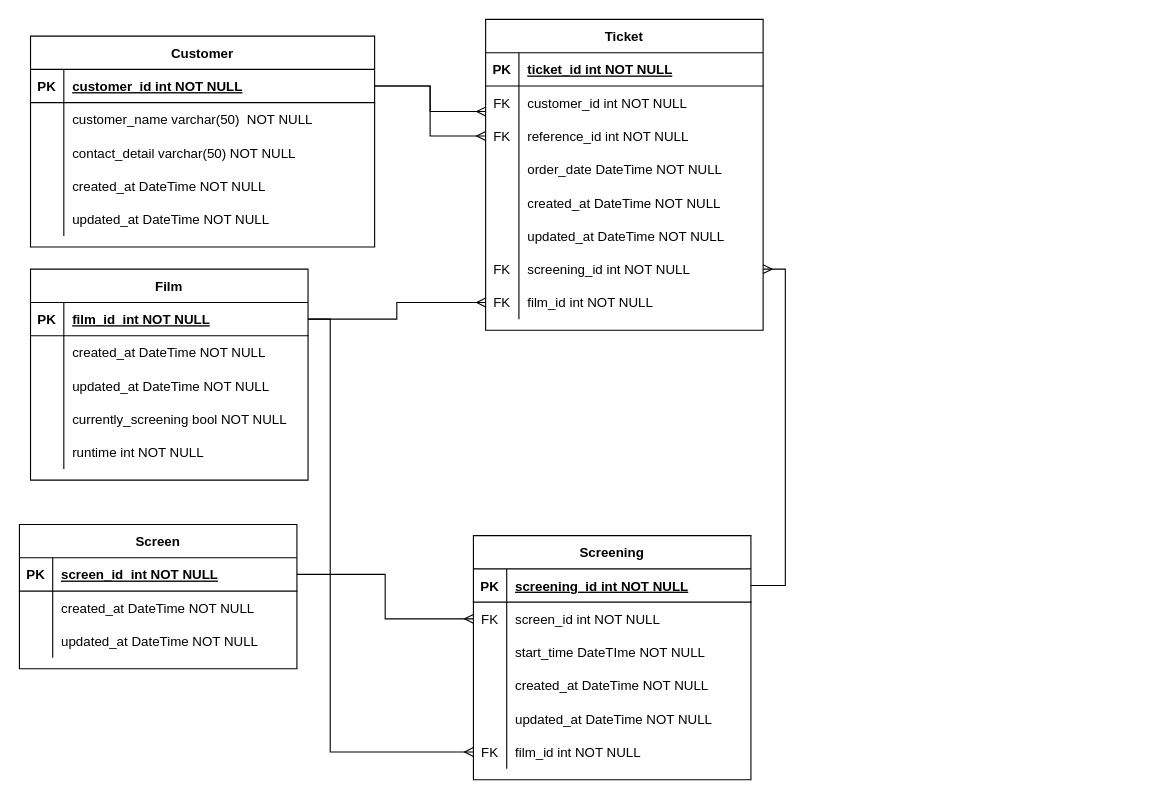
Above: CinemaChallenge.drawio in boolean-uk/database-design (draw.io), before the change. Source tidied: cells renumbered, new cells numbered last; positions are measured from the earlier drawing's top-left corner, leaving out a move shared by most shapes. Both pictures are drawn from the tidied source at 111%, with x=0, y=0 at pixel (19, 19).
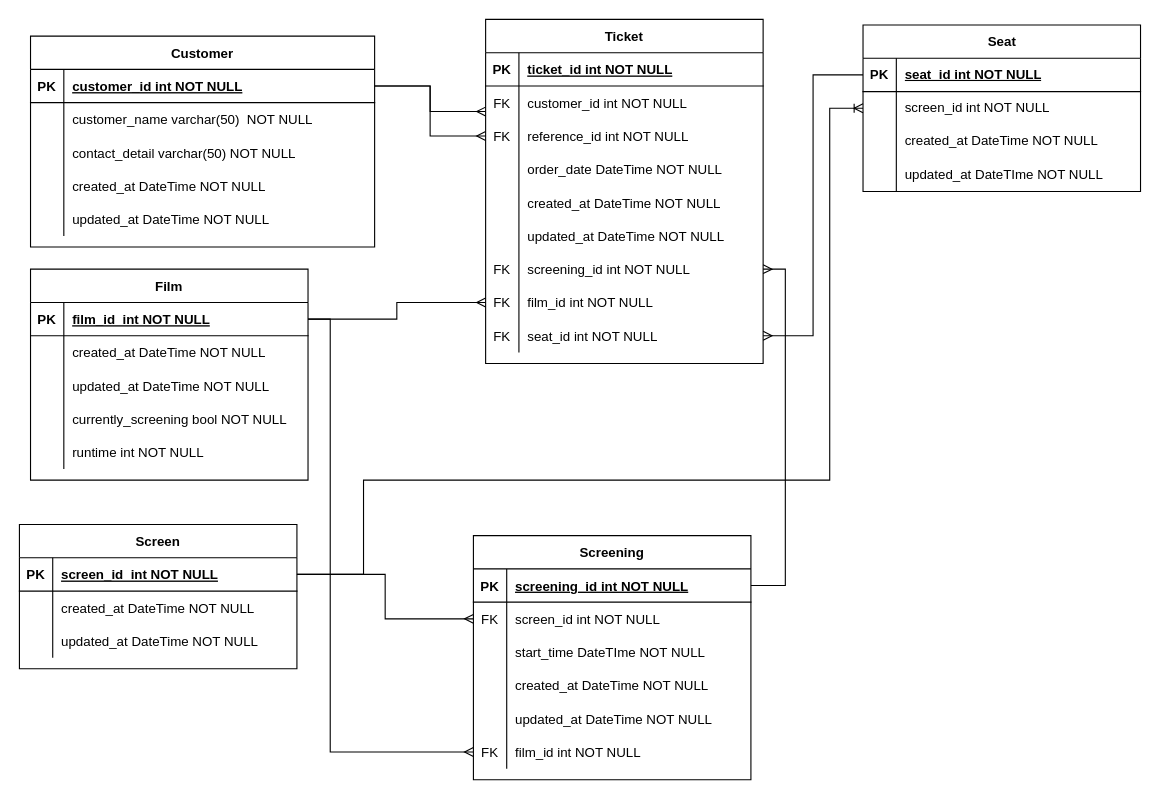
Above is the later version.

Commit message (it also covers changes not shown here):
remembered I needed 6 different entities

Unchanged cells that the change refers to:
```xml
<mxCell id="61" style="shape=partialRectangle;fillColor=none;points=[[0,0.5],[1,0.5]];portConstraint=eastwest;top=0;left=0;right=0;bottom=1;" parent="60" vertex="1">
  <mxGeometry y="30" width="250" height="30" as="geometry" />
</mxCell>
```

Change to the diagram source:
```diff
@@
     <mxCell id="2" value="Ticket" style="shape=table;startSize=30;childLayout=tableLayout;rowLines=0;fontStyle=1;align=center;" parent="1" vertex="1">
-      <mxGeometry x="420" width="250" height="280" as="geometry" />
+      <mxGeometry x="420" width="250" height="310" as="geometry" />
     </mxCell>
@@
+    <mxCell id="94" style="shape=partialRectangle;fillColor=none;points=[[0,0.5],[1,0.5]];portConstraint=eastwest;top=0;left=0;right=0;bottom=0;" parent="2" vertex="1">
+      <mxGeometry y="270" width="250" height="30" as="geometry" />
+    </mxCell>
+    <mxCell id="95" value="FK" style="shape=partialRectangle;overflow=hidden;fillColor=none;top=0;left=0;bottom=0;right=0;" parent="94" vertex="1">
+      <mxGeometry width="30" height="30" as="geometry" />
+    </mxCell>
+    <mxCell id="96" value="seat_id int NOT NULL" style="shape=partialRectangle;overflow=hidden;fillColor=none;top=0;left=0;bottom=0;right=0;align=left;spacingLeft=6;" parent="94" vertex="1">
+      <mxGeometry x="30" width="220" height="30" as="geometry" />
+    </mxCell>
@@
+    <mxCell id="97" value="Seat" style="shape=table;startSize=30;childLayout=tableLayout;rowLines=0;fontStyle=1;align=center;html=1;" parent="1" vertex="1">
+      <mxGeometry x="760" y="5" width="250" height="150" as="geometry" />
+    </mxCell>
+    <mxCell id="98" style="shape=tableRow;horizontal=0;startSize=0;swimlaneHead=0;swimlaneBody=0;fillColor=none;points=[[0,0.5],[1,0.5]];portConstraint=eastwest;top=0;left=0;right=0;bottom=1;" parent="97" vertex="1">
+      <mxGeometry y="30" width="250" height="30" as="geometry" />
+    </mxCell>
+    <mxCell id="99" value="PK" style="shape=partialRectangle;fillColor=none;top=0;left=0;bottom=0;right=0;fontStyle=1;overflow=hidden;whiteSpace=wrap;html=1;" parent="98" vertex="1">
+      <mxGeometry width="30" height="30" as="geometry" />
+    </mxCell>
+    <mxCell id="100" value="seat_id int NOT NULL" style="shape=partialRectangle;fillColor=none;top=0;left=0;bottom=0;right=0;align=left;spacingLeft=6;fontStyle=5;overflow=hidden;whiteSpace=wrap;html=1;" parent="98" vertex="1">
+      <mxGeometry x="30" width="220" height="30" as="geometry" />
+    </mxCell>
+    <mxCell id="101" style="shape=tableRow;horizontal=0;startSize=0;swimlaneHead=0;swimlaneBody=0;fillColor=none;points=[[0,0.5],[1,0.5]];portConstraint=eastwest;top=0;left=0;right=0;bottom=0;" parent="97" vertex="1">
+      <mxGeometry y="60" width="250" height="30" as="geometry" />
+    </mxCell>
+    <mxCell id="102" style="shape=partialRectangle;fillColor=none;top=0;left=0;bottom=0;right=0;overflow=hidden;whiteSpace=wrap;html=1;" parent="101" vertex="1">
+      <mxGeometry width="30" height="30" as="geometry" />
+    </mxCell>
+    <mxCell id="103" value="screen_id int NOT NULL" style="shape=partialRectangle;fillColor=none;top=0;left=0;bottom=0;right=0;align=left;spacingLeft=6;overflow=hidden;whiteSpace=wrap;html=1;" parent="101" vertex="1">
+      <mxGeometry x="30" width="220" height="30" as="geometry" />
+    </mxCell>
+    <mxCell id="104" style="shape=tableRow;horizontal=0;startSize=0;swimlaneHead=0;swimlaneBody=0;fillColor=none;top=0;left=0;right=0;bottom=0;" parent="97" vertex="1">
+      <mxGeometry y="90" width="250" height="30" as="geometry" />
+    </mxCell>
+    <mxCell id="105" style="shape=partialRectangle;fillColor=none;top=0;left=0;bottom=0;right=0;overflow=hidden;whiteSpace=wrap;html=1;" parent="104" vertex="1">
+      <mxGeometry width="30" height="30" as="geometry" />
+    </mxCell>
+    <mxCell id="106" value="created_at DateTime NOT NULL" style="shape=partialRectangle;fillColor=none;top=0;left=0;bottom=0;right=0;align=left;spacingLeft=6;overflow=hidden;whiteSpace=wrap;html=1;" parent="104" vertex="1">
+      <mxGeometry x="30" width="220" height="30" as="geometry" />
+    </mxCell>
+    <mxCell id="107" style="shape=tableRow;horizontal=0;startSize=0;swimlaneHead=0;swimlaneBody=0;fillColor=none;top=0;left=0;right=0;bottom=0;" parent="97" vertex="1">
+      <mxGeometry y="120" width="250" height="30" as="geometry" />
+    </mxCell>
+    <mxCell id="108" style="shape=partialRectangle;fillColor=none;top=0;left=0;bottom=0;right=0;overflow=hidden;whiteSpace=wrap;html=1;" parent="107" vertex="1">
+      <mxGeometry width="30" height="30" as="geometry" />
+    </mxCell>
+    <mxCell id="109" value="updated_at DateTIme NOT NULL" style="shape=partialRectangle;fillColor=none;top=0;left=0;bottom=0;right=0;align=left;spacingLeft=6;overflow=hidden;whiteSpace=wrap;html=1;" parent="107" vertex="1">
+      <mxGeometry x="30" width="220" height="30" as="geometry" />
+    </mxCell>
+    <mxCell id="110" style="edgeStyle=orthogonalEdgeStyle;rounded=0;jettySize=auto;html=1;endArrow=ERmany;endFill=0;" parent="1" edge="1" source="98" target="94">
+      <mxGeometry relative="1" as="geometry" />
+    </mxCell>
+    <mxCell id="111" style="edgeStyle=orthogonalEdgeStyle;rounded=0;jettySize=auto;html=1;entryX=0;entryY=0.5;entryDx=0;entryDy=0;endArrow=ERoneToMany;endFill=0;" parent="1" edge="1" source="61" target="101">
+      <mxGeometry relative="1" as="geometry">
+        <Array as="points">
+          <mxPoint x="310" y="500" />
+          <mxPoint x="310" y="415" />
+          <mxPoint x="730" y="415" />
+          <mxPoint x="730" y="80" />
+        </Array>
+      </mxGeometry>
+    </mxCell>
```
